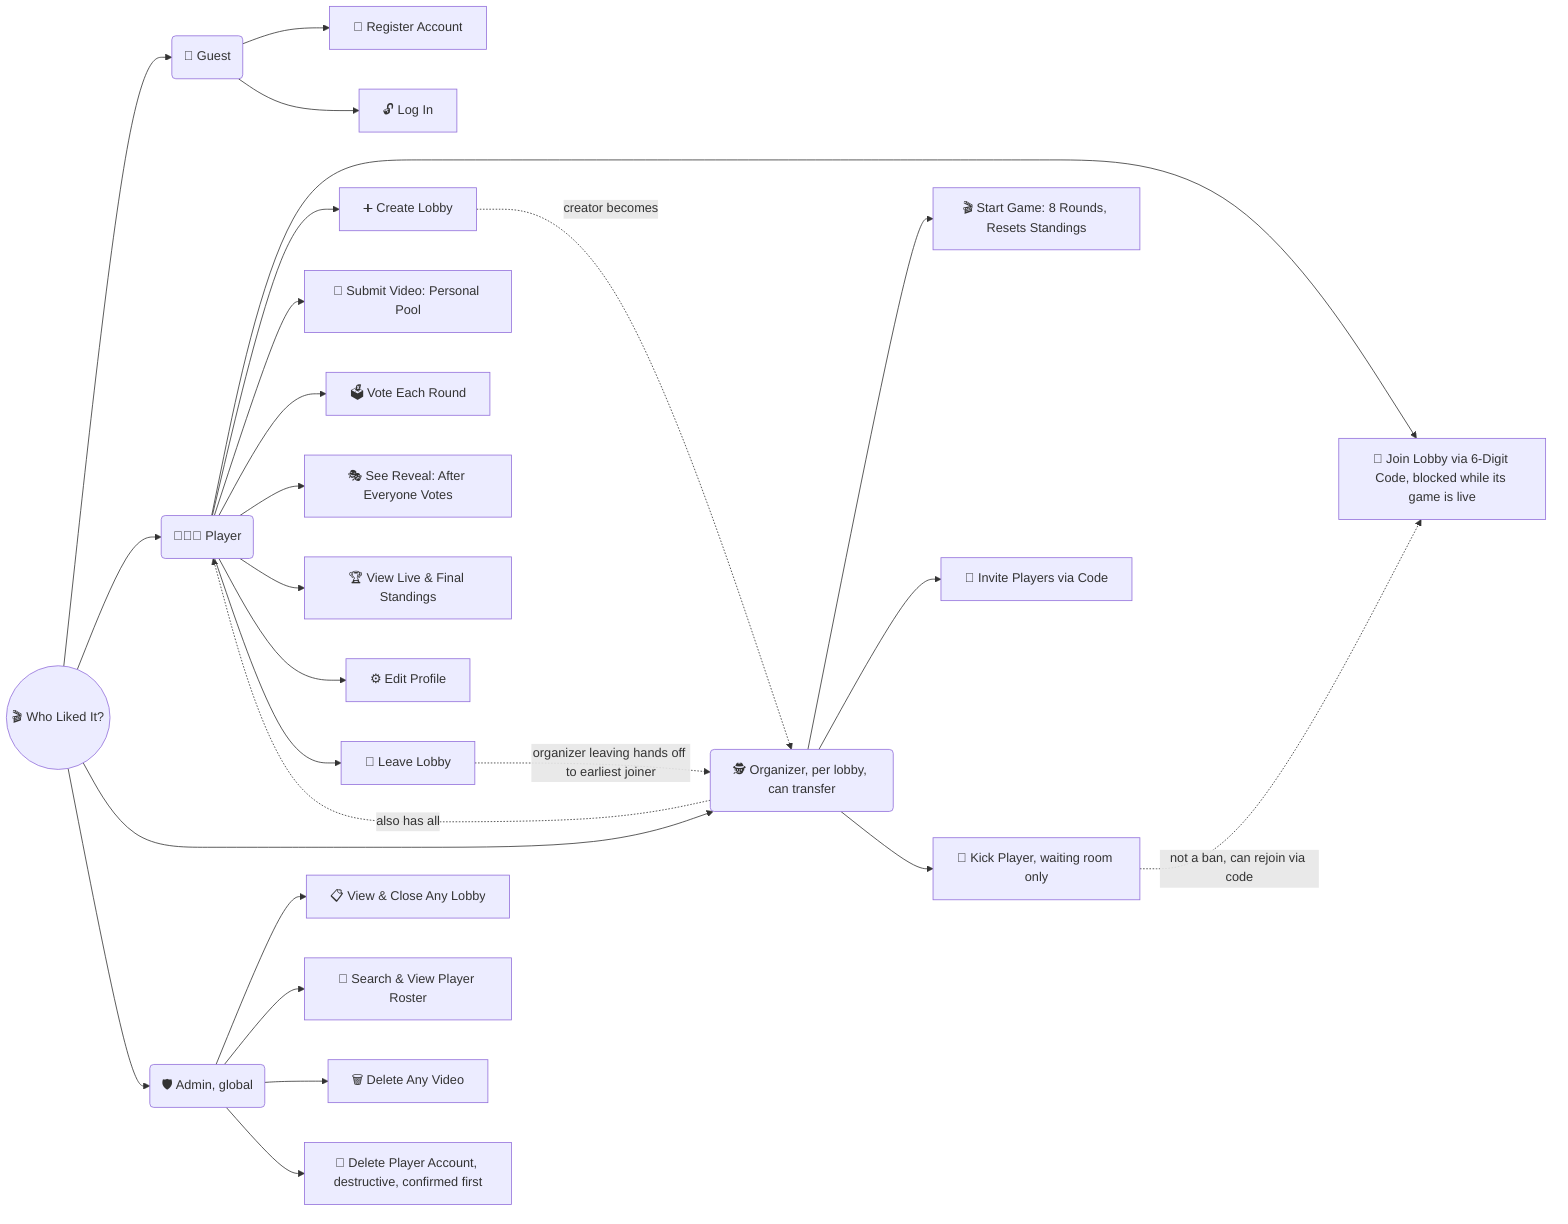
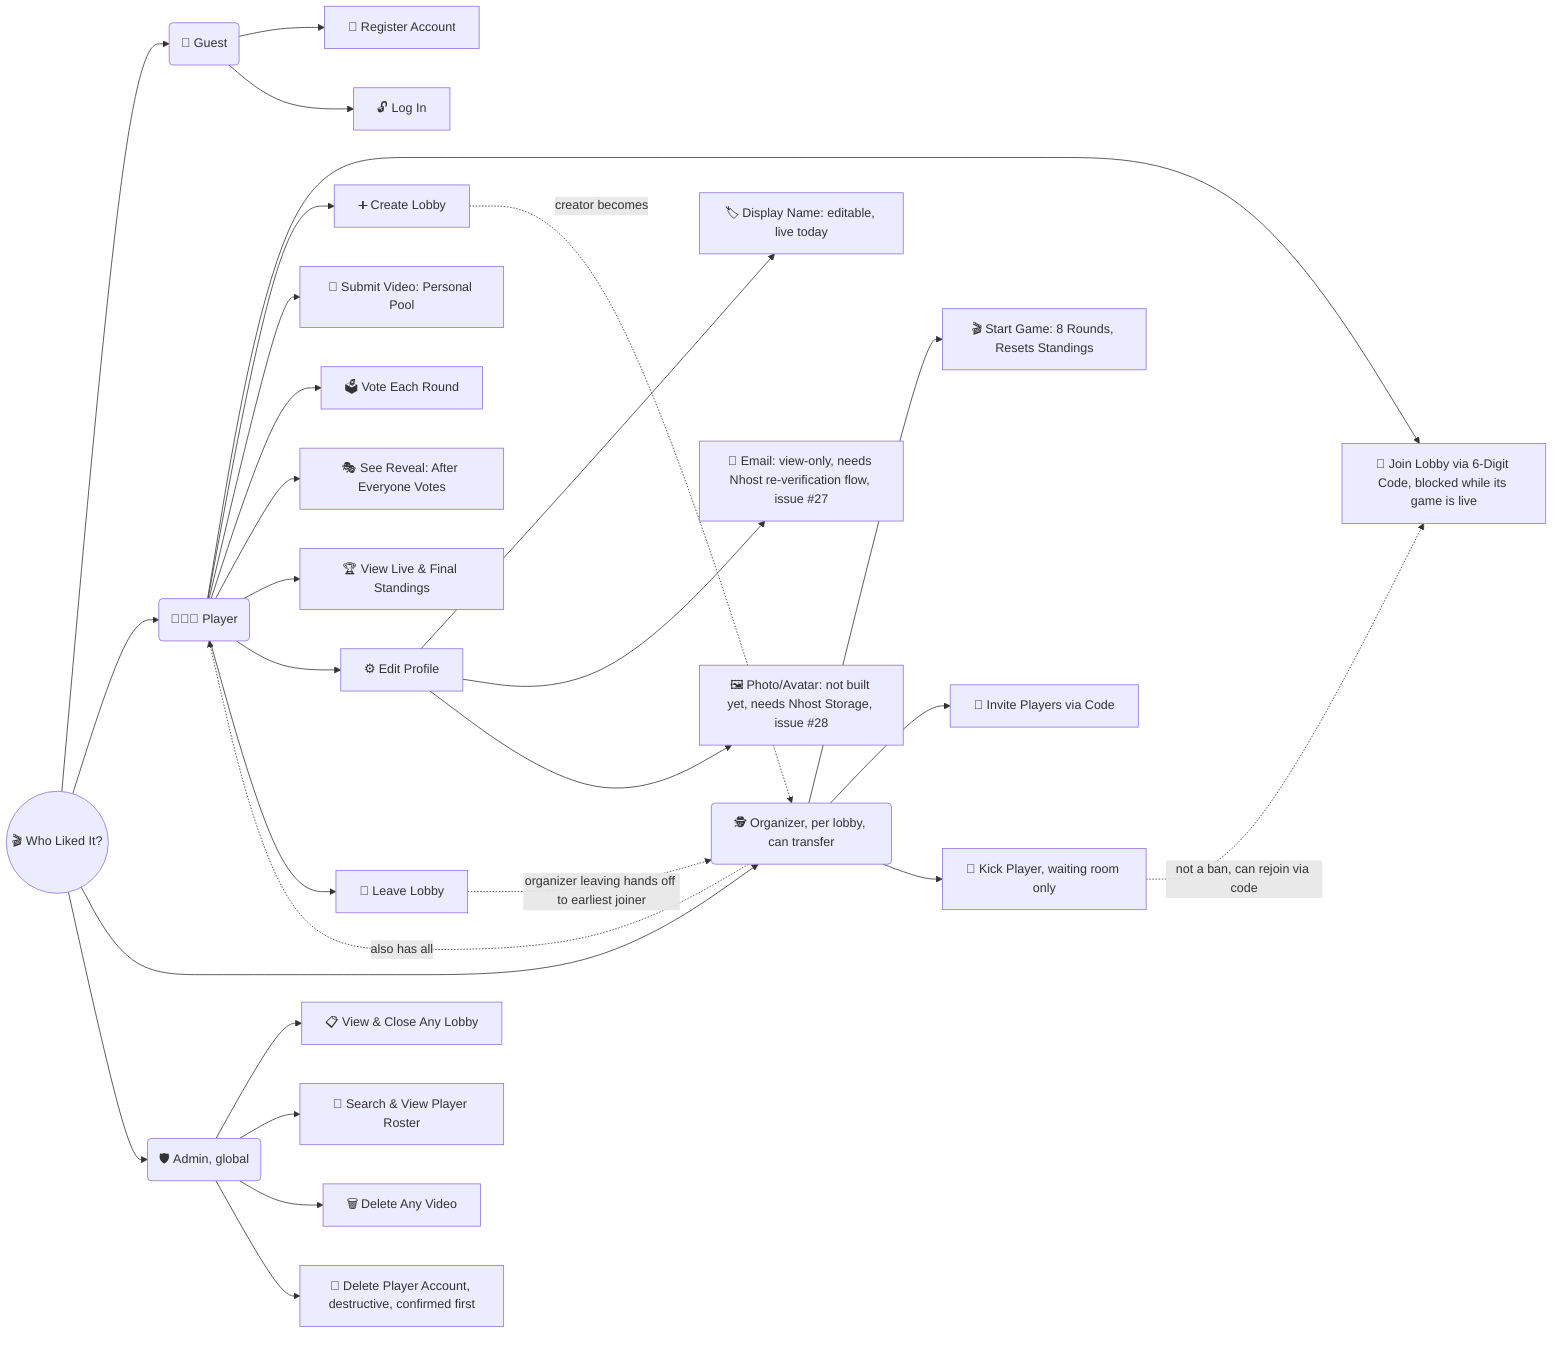
graph LR
  Root((🎬 Who Liked It?))

  Root --> Guest(🧍 Guest)
  Guest --> G1[📝 Register Account]
  Guest --> G2[🔓 Log In]

  Root --> Player(🧑‍🤝‍🧑 Player)
  Player --> P1[🔑 Join Lobby via 6-Digit Code, blocked while its game is live]
  Player --> P2[➕ Create Lobby]
  Player --> P3[📼 Submit Video: Personal Pool]
  Player --> P4[🗳️ Vote Each Round]
  Player --> P5[🎭 See Reveal: After Everyone Votes]
  Player --> P6[🏆 View Live &amp; Final Standings]
  Player --> P7[⚙️ Edit Profile]
+   P7 --> P7a[🏷️ Display Name: editable, live today]
+   P7 --> P7b[📧 Email: view-only, needs Nhost re-verification flow, issue #27]
+   P7 --> P7c[🖼️ Photo/Avatar: not built yet, needs Nhost Storage, issue #28]
  Player --> P8[🚪 Leave Lobby]

  Root --> Organizer(🕵️ Organizer, per lobby, can transfer)
  Organizer --> O1[🎬 Start Game: 8 Rounds, Resets Standings]
  Organizer --> O2[📣 Invite Players via Code]
  Organizer --> O3[👢 Kick Player, waiting room only]
  Organizer -.->|also has all| Player
  P2 -.->|creator becomes| Organizer
  P8 -.->|organizer leaving hands off to earliest joiner| Organizer
  O3 -.->|not a ban, can rejoin via code| P1

  Root --> Admin(🛡️ Admin, global)
  Admin --> A1[📋 View &amp; Close Any Lobby]
  Admin --> A2[👥 Search &amp; View Player Roster]
  Admin --> A3[🗑️ Delete Any Video]
  Admin --> A4[🚫 Delete Player Account, destructive, confirmed first]
